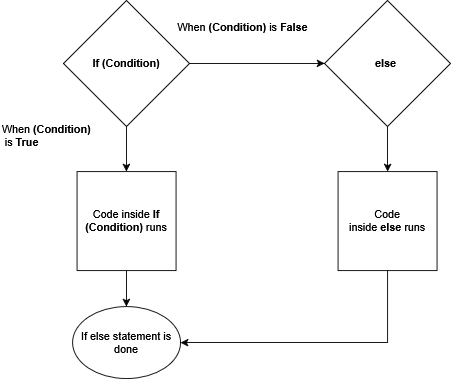
This is public/conditionals/else.png from Adrianamm/frcsoftware.org, a draw.io export, as it was before one commit. Source tidied: cells renumbered, new cells last; positions are measured from the earlier drawing's top-left corner, leaving out a move shared by most shapes. Its diagram source:
```xml
<mxGraphModel>
  <root>
    <mxCell id="0" />
    <mxCell id="1" parent="0" />
    <mxCell id="2" style="edgeStyle=orthogonalEdgeStyle;rounded=0;jettySize=auto;html=1;" parent="1" edge="1" source="4" target="6">
      <mxGeometry relative="1" as="geometry" />
    </mxCell>
    <mxCell id="3" style="edgeStyle=orthogonalEdgeStyle;rounded=0;jettySize=auto;html=1;" parent="1" edge="1" source="4" target="11">
      <mxGeometry relative="1" as="geometry" />
    </mxCell>
    <mxCell id="4" value="&lt;b&gt;If (Condition)&lt;/b&gt;" style="rhombus;whiteSpace=wrap;html=1;" parent="1" vertex="1">
      <mxGeometry x="70" width="140" height="140" as="geometry" />
    </mxCell>
    <mxCell id="5" style="edgeStyle=orthogonalEdgeStyle;rounded=0;jettySize=auto;html=1;" parent="1" edge="1" source="6" target="7">
      <mxGeometry relative="1" as="geometry" />
    </mxCell>
    <mxCell id="6" value="Code inside&lt;b&gt;&amp;nbsp;&lt;/b&gt;&lt;b&gt;If (&lt;/b&gt;&lt;b&gt;Condition&lt;/b&gt;&lt;b&gt;)&lt;/b&gt;&amp;nbsp;runs" style="whiteSpace=wrap;html=1;" parent="1" vertex="1">
      <mxGeometry x="85" y="190" width="110" height="110" as="geometry" />
    </mxCell>
    <mxCell id="7" value="If else statement is done" style="ellipse;whiteSpace=wrap;html=1;" parent="1" vertex="1">
      <mxGeometry x="80" y="340" width="120" height="80" as="geometry" />
    </mxCell>
    <mxCell id="8" value="&lt;div&gt;When&amp;nbsp;&lt;b&gt;(&lt;/b&gt;&lt;b&gt;Condition&lt;/b&gt;&lt;b&gt;)&lt;/b&gt;&lt;/div&gt;&lt;div&gt;&lt;b&gt;&amp;nbsp;&lt;/b&gt;is&amp;nbsp;&lt;b&gt;True&lt;/b&gt;&lt;/div&gt;" style="text;html=1;whiteSpace=wrap;strokeColor=none;fillColor=none;align=left;verticalAlign=middle;rounded=0;" parent="1" vertex="1">
      <mxGeometry y="130" width="140" height="40" as="geometry" />
    </mxCell>
    <mxCell id="9" value="When&amp;nbsp;&lt;b&gt;(&lt;/b&gt;&lt;b&gt;Condition&lt;/b&gt;&lt;b&gt;)&amp;nbsp;&lt;/b&gt;is&amp;nbsp;&lt;b&gt;False&lt;/b&gt;" style="text;html=1;whiteSpace=wrap;strokeColor=none;fillColor=none;align=left;verticalAlign=middle;rounded=0;" parent="1" vertex="1">
      <mxGeometry x="195" y="10" width="80" height="40" as="geometry" />
    </mxCell>
    <mxCell id="10" style="edgeStyle=orthogonalEdgeStyle;rounded=0;jettySize=auto;html=1;" parent="1" edge="1" source="11" target="13">
      <mxGeometry relative="1" as="geometry" />
    </mxCell>
    <mxCell id="11" value="&lt;b&gt;else&amp;nbsp;&lt;/b&gt;" style="rhombus;whiteSpace=wrap;html=1;" parent="1" vertex="1">
      <mxGeometry x="360" width="140" height="140" as="geometry" />
    </mxCell>
    <mxCell id="12" style="edgeStyle=orthogonalEdgeStyle;rounded=0;jettySize=auto;html=1;entryX=1;entryY=0.5;entryDx=0;entryDy=0;" parent="1" edge="1" source="13" target="7">
      <mxGeometry relative="1" as="geometry">
        <Array as="points">
          <mxPoint x="430" y="380" />
        </Array>
      </mxGeometry>
    </mxCell>
    <mxCell id="13" value="&lt;br&gt;Code inside&lt;b&gt;&amp;nbsp;else&amp;nbsp;&lt;/b&gt;runs&lt;div&gt;&lt;br&gt;&lt;/div&gt;" style="whiteSpace=wrap;html=1;" parent="1" vertex="1">
      <mxGeometry x="375" y="190" width="110" height="110" as="geometry" />
    </mxCell>
  </root>
</mxGraphModel>
```
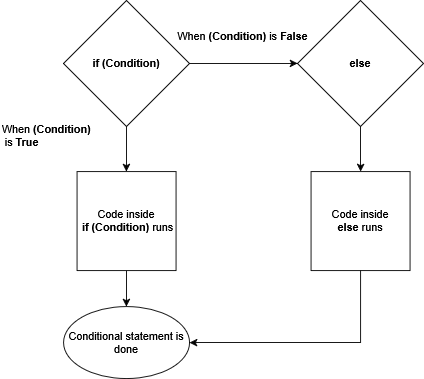
Later version of the same file.

The edit, as a diff of the source:
```diff
@@ -8,39 +8,39 @@
     <mxCell id="3" style="edgeStyle=orthogonalEdgeStyle;rounded=0;jettySize=auto;html=1;" parent="1" edge="1" source="4" target="11">
       <mxGeometry relative="1" as="geometry" />
     </mxCell>
-    <mxCell id="4" value="&lt;b&gt;If (Condition)&lt;/b&gt;" style="rhombus;whiteSpace=wrap;html=1;" parent="1" vertex="1">
+    <mxCell id="4" value="&lt;b&gt;if (Condition)&lt;/b&gt;" style="rhombus;whiteSpace=wrap;html=1;" parent="1" vertex="1">
       <mxGeometry x="70" width="140" height="140" as="geometry" />
     </mxCell>
     <mxCell id="5" style="edgeStyle=orthogonalEdgeStyle;rounded=0;jettySize=auto;html=1;" parent="1" edge="1" source="6" target="7">
       <mxGeometry relative="1" as="geometry" />
     </mxCell>
-    <mxCell id="6" value="Code inside&lt;b&gt;&amp;nbsp;&lt;/b&gt;&lt;b&gt;If (&lt;/b&gt;&lt;b&gt;Condition&lt;/b&gt;&lt;b&gt;)&lt;/b&gt;&amp;nbsp;runs" style="whiteSpace=wrap;html=1;" parent="1" vertex="1">
+    <mxCell id="6" value="&lt;div&gt;Code inside&lt;b&gt;&lt;br&gt;&lt;/b&gt;&lt;/div&gt;&lt;div&gt;&lt;b&gt;&amp;nbsp;if&lt;/b&gt;&lt;b&gt;&amp;nbsp;(&lt;/b&gt;&lt;b&gt;Condition&lt;/b&gt;&lt;b&gt;)&lt;/b&gt;&amp;nbsp;runs&lt;/div&gt;" style="whiteSpace=wrap;html=1;" parent="1" vertex="1">
       <mxGeometry x="85" y="190" width="110" height="110" as="geometry" />
     </mxCell>
-    <mxCell id="7" value="If else statement is done" style="ellipse;whiteSpace=wrap;html=1;" parent="1" vertex="1">
-      <mxGeometry x="80" y="340" width="120" height="80" as="geometry" />
+    <mxCell id="7" value="Conditional statement is done" style="ellipse;whiteSpace=wrap;html=1;" parent="1" vertex="1">
+      <mxGeometry x="70" y="340" width="140" height="80" as="geometry" />
     </mxCell>
     <mxCell id="8" value="&lt;div&gt;When&amp;nbsp;&lt;b&gt;(&lt;/b&gt;&lt;b&gt;Condition&lt;/b&gt;&lt;b&gt;)&lt;/b&gt;&lt;/div&gt;&lt;div&gt;&lt;b&gt;&amp;nbsp;&lt;/b&gt;is&amp;nbsp;&lt;b&gt;True&lt;/b&gt;&lt;/div&gt;" style="text;html=1;whiteSpace=wrap;strokeColor=none;fillColor=none;align=left;verticalAlign=middle;rounded=0;" parent="1" vertex="1">
       <mxGeometry y="130" width="140" height="40" as="geometry" />
     </mxCell>
     <mxCell id="9" value="When&amp;nbsp;&lt;b&gt;(&lt;/b&gt;&lt;b&gt;Condition&lt;/b&gt;&lt;b&gt;)&amp;nbsp;&lt;/b&gt;is&amp;nbsp;&lt;b&gt;False&lt;/b&gt;" style="text;html=1;whiteSpace=wrap;strokeColor=none;fillColor=none;align=left;verticalAlign=middle;rounded=0;" parent="1" vertex="1">
-      <mxGeometry x="195" y="10" width="80" height="40" as="geometry" />
+      <mxGeometry x="195" y="20" width="80" height="40" as="geometry" />
     </mxCell>
     <mxCell id="10" style="edgeStyle=orthogonalEdgeStyle;rounded=0;jettySize=auto;html=1;" parent="1" edge="1" source="11" target="13">
       <mxGeometry relative="1" as="geometry" />
     </mxCell>
-    <mxCell id="11" value="&lt;b&gt;else&amp;nbsp;&lt;/b&gt;" style="rhombus;whiteSpace=wrap;html=1;" parent="1" vertex="1">
-      <mxGeometry x="360" width="140" height="140" as="geometry" />
+    <mxCell id="11" value="&lt;b&gt;else&lt;/b&gt;" style="rhombus;whiteSpace=wrap;html=1;" parent="1" vertex="1">
+      <mxGeometry x="330" width="140" height="140" as="geometry" />
     </mxCell>
     <mxCell id="12" style="edgeStyle=orthogonalEdgeStyle;rounded=0;jettySize=auto;html=1;entryX=1;entryY=0.5;entryDx=0;entryDy=0;" parent="1" edge="1" source="13" target="7">
       <mxGeometry relative="1" as="geometry">
         <Array as="points">
-          <mxPoint x="430" y="380" />
+          <mxPoint x="400" y="380" />
         </Array>
       </mxGeometry>
     </mxCell>
-    <mxCell id="13" value="&lt;br&gt;Code inside&lt;b&gt;&amp;nbsp;else&amp;nbsp;&lt;/b&gt;runs&lt;div&gt;&lt;br&gt;&lt;/div&gt;" style="whiteSpace=wrap;html=1;" parent="1" vertex="1">
-      <mxGeometry x="375" y="190" width="110" height="110" as="geometry" />
+    <mxCell id="13" value="&lt;div&gt;Code inside&lt;b&gt;&lt;br&gt;&lt;/b&gt;&lt;/div&gt;&lt;div&gt;&lt;b&gt;else&lt;/b&gt;&amp;nbsp;runs&lt;/div&gt;" style="whiteSpace=wrap;html=1;" parent="1" vertex="1">
+      <mxGeometry x="345" y="190" width="110" height="110" as="geometry" />
     </mxCell>
   </root>
 </mxGraphModel>
```
